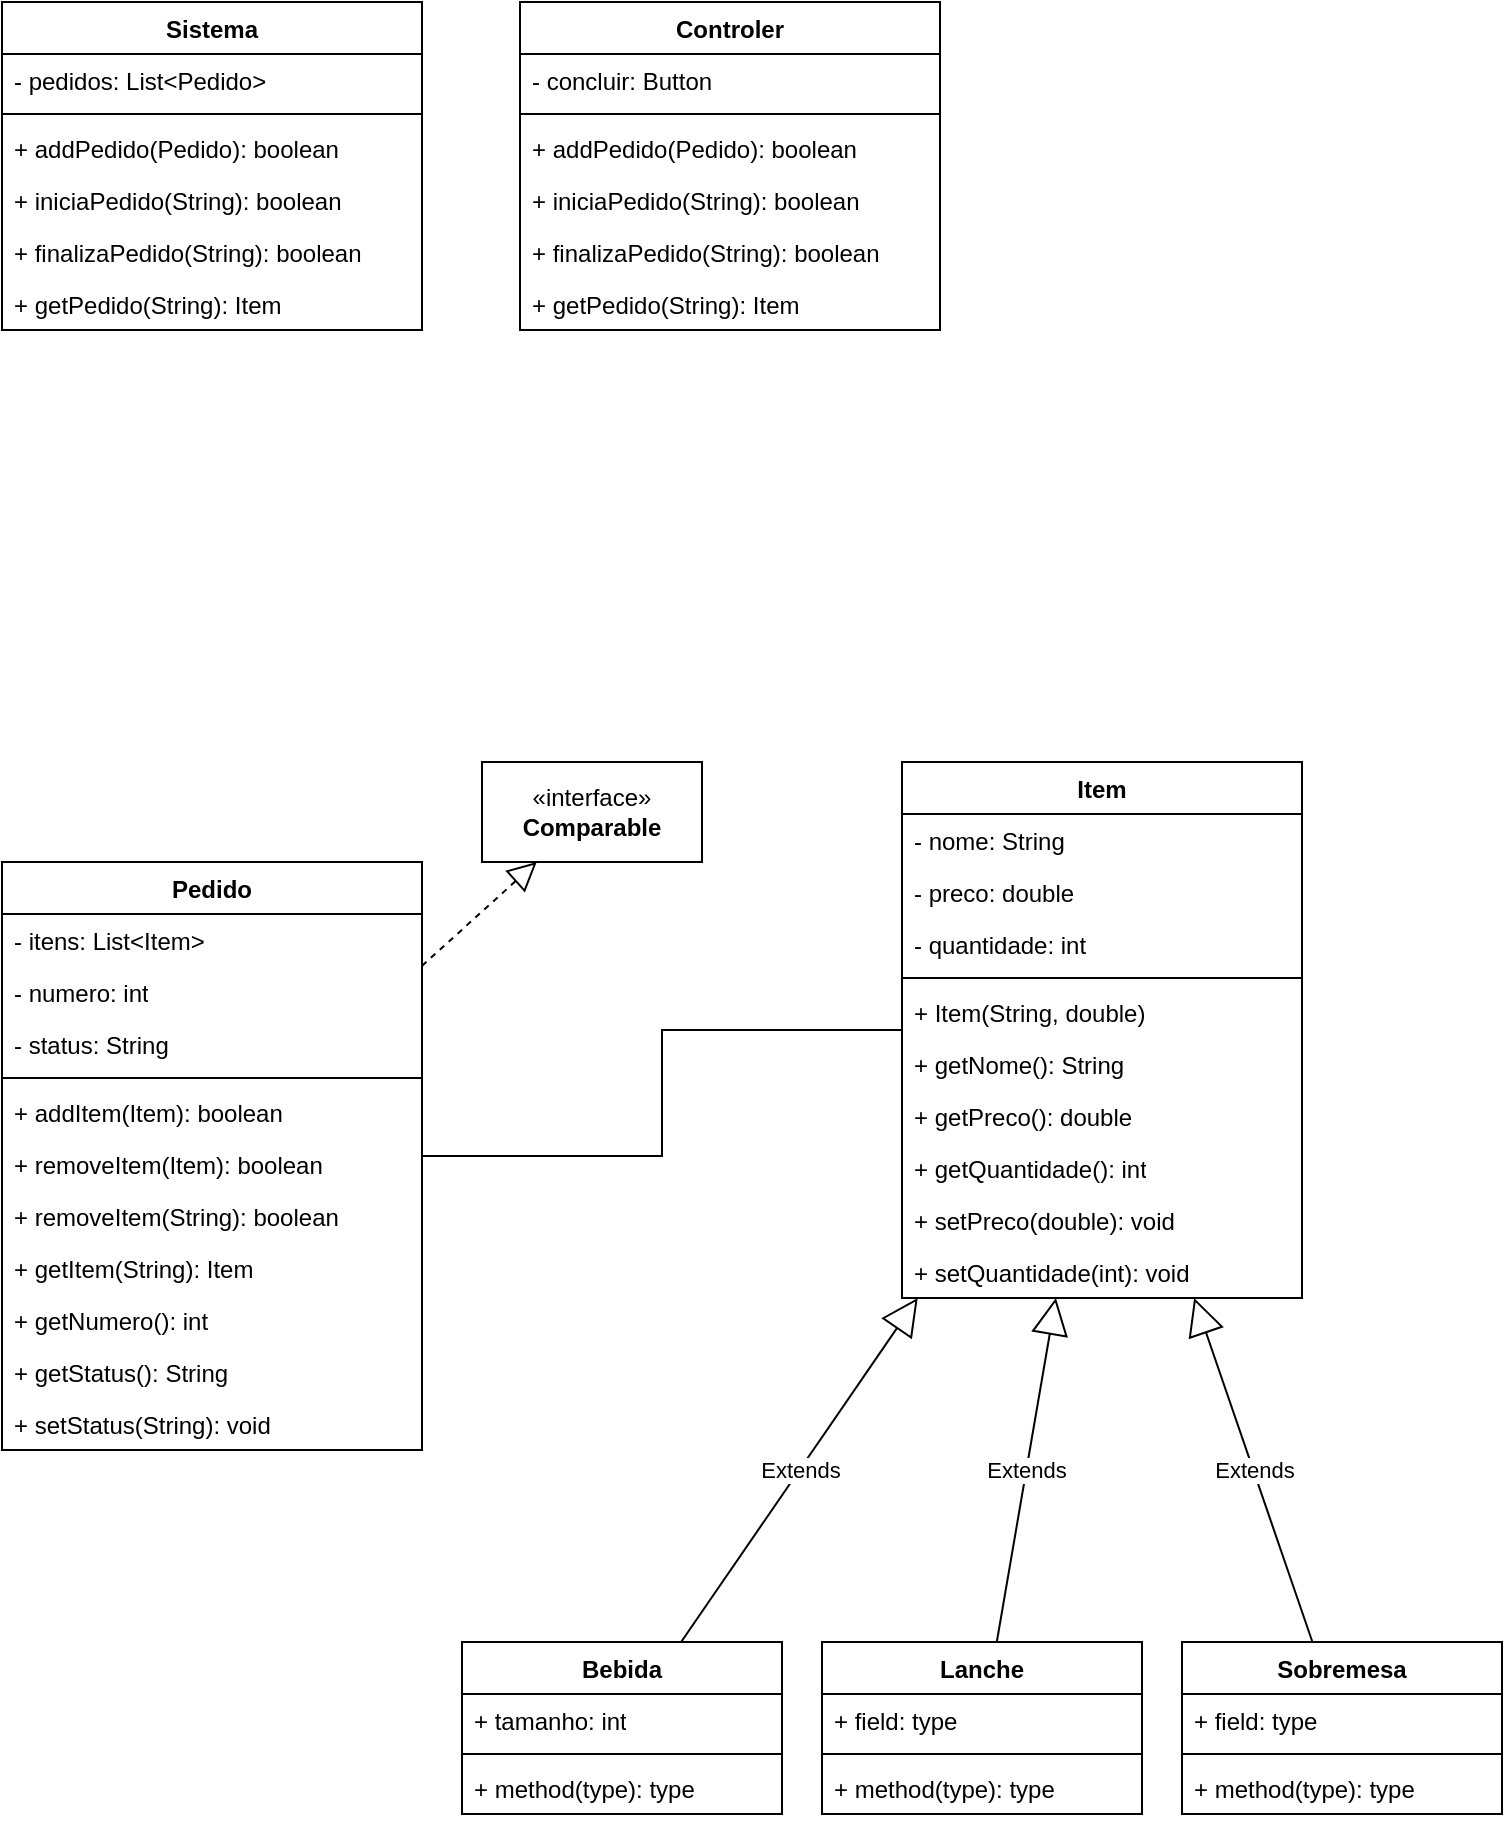
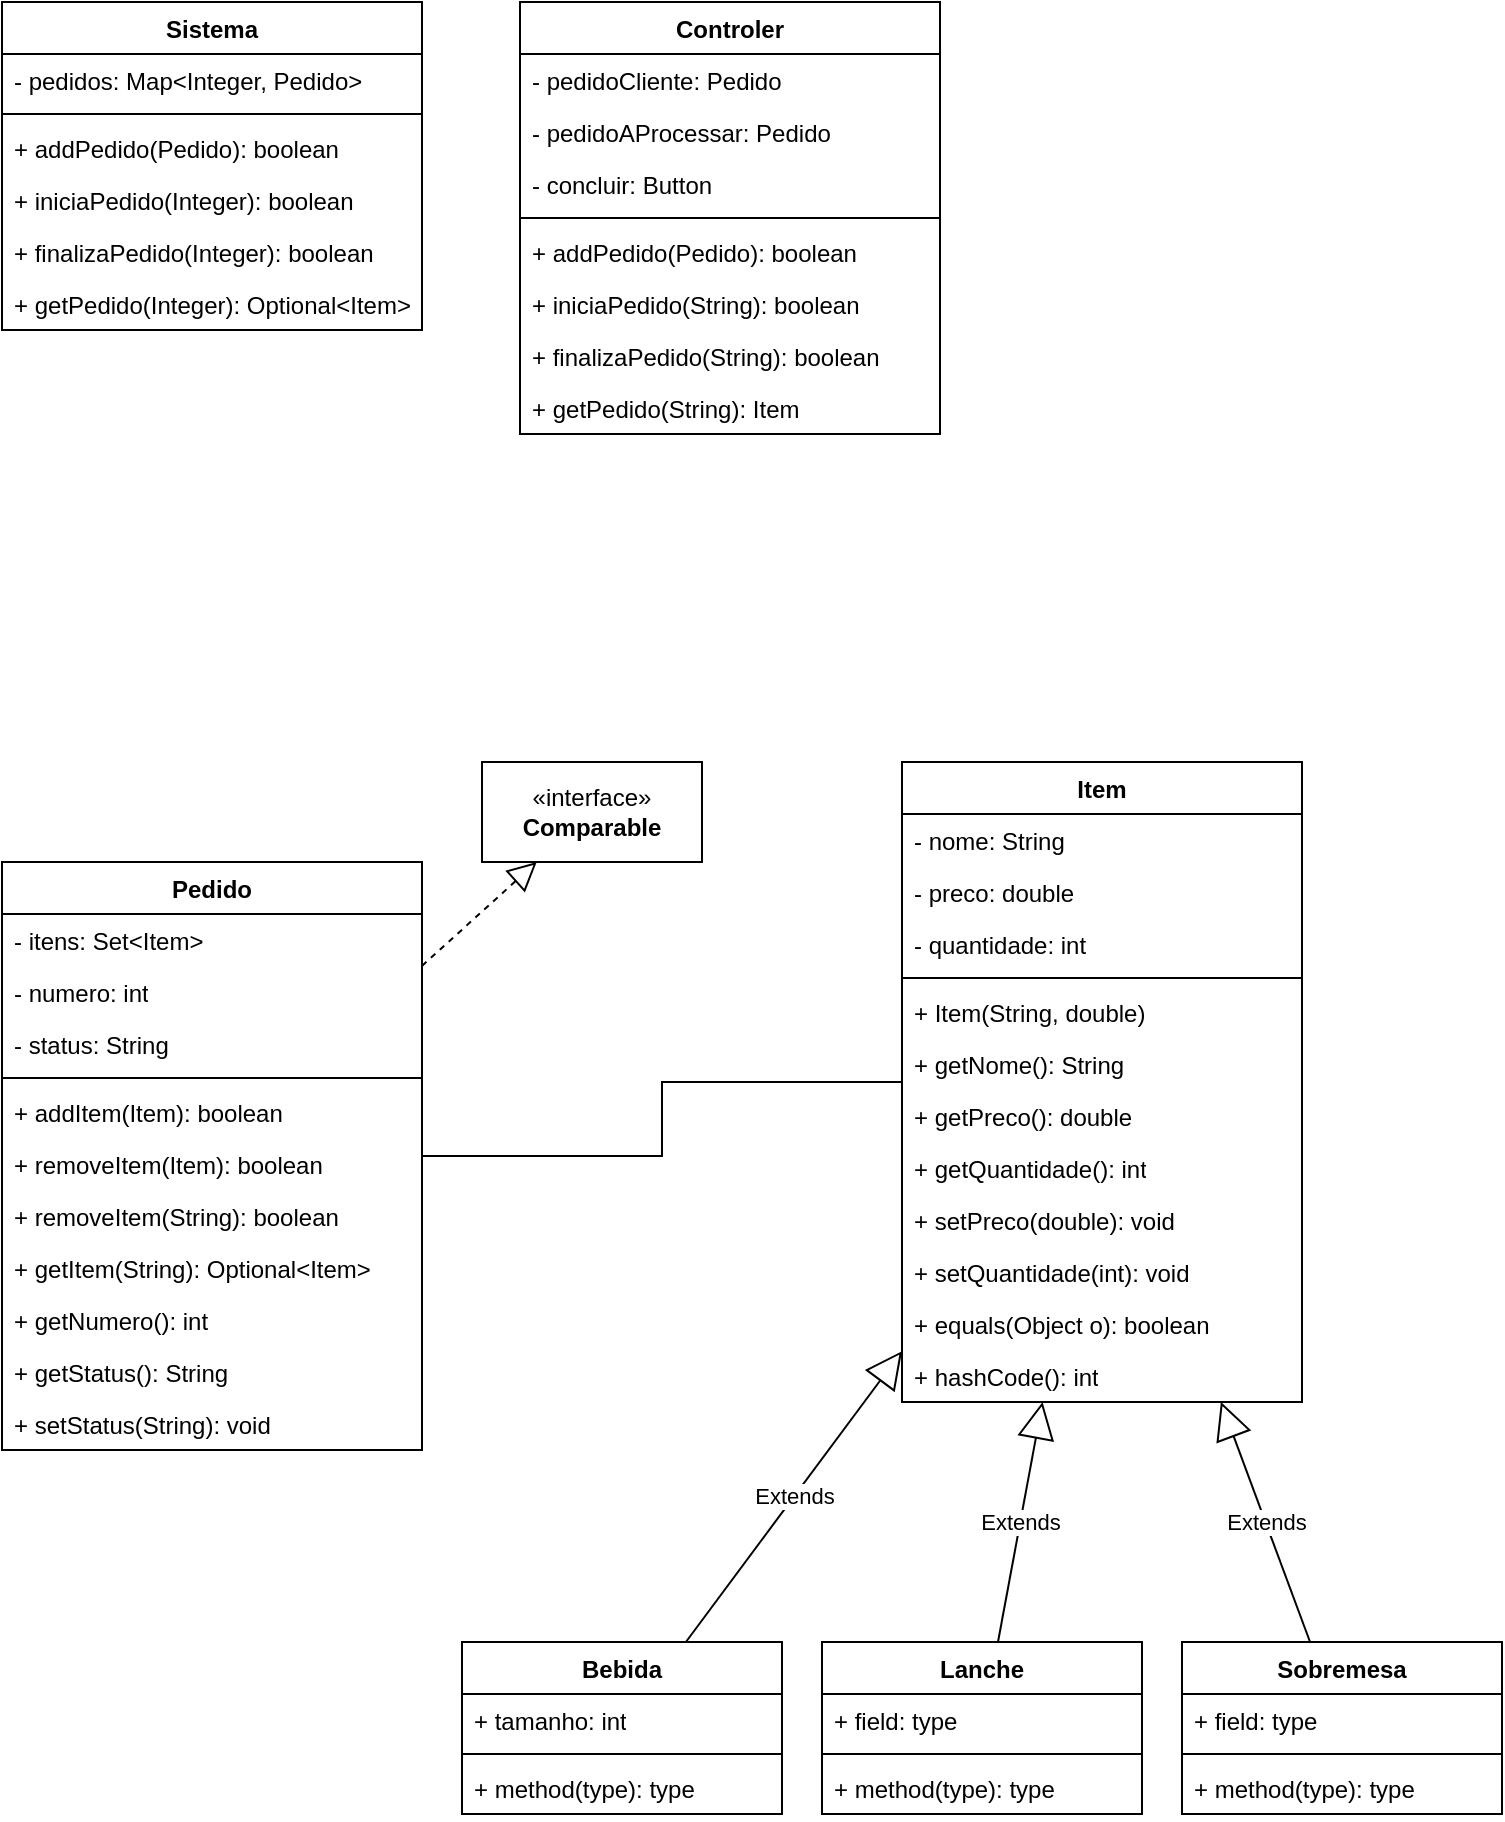
<mxfile host="app.diagrams.net">
  <diagram name="Página-1" id="jNs72yhXKcMqPKJzJHXG">
-     <mxGraphModel dx="1212" dy="1830" grid="1" gridSize="10" guides="1" tooltips="1" connect="1" arrows="1" fold="1" page="1" pageScale="1" pageWidth="827" pageHeight="1169" math="0" shadow="0">
+     <mxGraphModel dx="514" dy="1546" grid="1" gridSize="10" guides="1" tooltips="1" connect="1" arrows="1" fold="1" page="1" pageScale="1" pageWidth="827" pageHeight="1169" math="0" shadow="0">
      <root>
        <mxCell id="0" />
        <mxCell id="1" parent="0" />
        <mxCell id="DgY2wGzSjbsfSpBDB3IR-1" parent="1" style="swimlane;fontStyle=1;align=center;verticalAlign=top;childLayout=stackLayout;horizontal=1;startSize=26;horizontalStack=0;resizeParent=1;resizeParentMax=0;resizeLast=0;collapsible=1;marginBottom=0;whiteSpace=wrap;html=1;" value="Item" vertex="1">
-           <mxGeometry height="268" width="200" x="500" y="30" as="geometry" />
+           <mxGeometry height="320" width="200" x="500" y="30" as="geometry" />
        </mxCell>
        <mxCell id="DgY2wGzSjbsfSpBDB3IR-2" parent="DgY2wGzSjbsfSpBDB3IR-1" style="text;strokeColor=none;fillColor=none;align=left;verticalAlign=top;spacingLeft=4;spacingRight=4;overflow=hidden;rotatable=0;points=[[0,0.5],[1,0.5]];portConstraint=eastwest;whiteSpace=wrap;html=1;" value="- nome: String" vertex="1">
          <mxGeometry height="26" width="200" y="26" as="geometry" />
        </mxCell>
        <mxCell id="DgY2wGzSjbsfSpBDB3IR-3" parent="DgY2wGzSjbsfSpBDB3IR-1" style="text;strokeColor=none;fillColor=none;align=left;verticalAlign=top;spacingLeft=4;spacingRight=4;overflow=hidden;rotatable=0;points=[[0,0.5],[1,0.5]];portConstraint=eastwest;whiteSpace=wrap;html=1;" value="- preco: double" vertex="1">
          <mxGeometry height="26" width="200" y="52" as="geometry" />
        </mxCell>
        <mxCell id="DgY2wGzSjbsfSpBDB3IR-4" parent="DgY2wGzSjbsfSpBDB3IR-1" style="text;strokeColor=none;fillColor=none;align=left;verticalAlign=top;spacingLeft=4;spacingRight=4;overflow=hidden;rotatable=0;points=[[0,0.5],[1,0.5]];portConstraint=eastwest;whiteSpace=wrap;html=1;" value="- quantidade: int" vertex="1">
          <mxGeometry height="26" width="200" y="78" as="geometry" />
        </mxCell>
        <mxCell id="DgY2wGzSjbsfSpBDB3IR-5" parent="DgY2wGzSjbsfSpBDB3IR-1" style="line;strokeWidth=1;fillColor=none;align=left;verticalAlign=middle;spacingTop=-1;spacingLeft=3;spacingRight=3;rotatable=0;labelPosition=right;points=[];portConstraint=eastwest;strokeColor=inherit;" value="" vertex="1">
          <mxGeometry height="8" width="200" y="104" as="geometry" />
        </mxCell>
        <mxCell id="DgY2wGzSjbsfSpBDB3IR-6" parent="DgY2wGzSjbsfSpBDB3IR-1" style="text;strokeColor=none;fillColor=none;align=left;verticalAlign=top;spacingLeft=4;spacingRight=4;overflow=hidden;rotatable=0;points=[[0,0.5],[1,0.5]];portConstraint=eastwest;whiteSpace=wrap;html=1;" value="+ Item(String, double)" vertex="1">
          <mxGeometry height="26" width="200" y="112" as="geometry" />
        </mxCell>
        <mxCell id="DgY2wGzSjbsfSpBDB3IR-7" parent="DgY2wGzSjbsfSpBDB3IR-1" style="text;strokeColor=none;fillColor=none;align=left;verticalAlign=top;spacingLeft=4;spacingRight=4;overflow=hidden;rotatable=0;points=[[0,0.5],[1,0.5]];portConstraint=eastwest;whiteSpace=wrap;html=1;" value="+ getNome(): String" vertex="1">
          <mxGeometry height="26" width="200" y="138" as="geometry" />
        </mxCell>
        <mxCell id="DgY2wGzSjbsfSpBDB3IR-8" parent="DgY2wGzSjbsfSpBDB3IR-1" style="text;strokeColor=none;fillColor=none;align=left;verticalAlign=top;spacingLeft=4;spacingRight=4;overflow=hidden;rotatable=0;points=[[0,0.5],[1,0.5]];portConstraint=eastwest;whiteSpace=wrap;html=1;" value="+ getPreco(): double" vertex="1">
          <mxGeometry height="26" width="200" y="164" as="geometry" />
        </mxCell>
        <mxCell id="DgY2wGzSjbsfSpBDB3IR-9" parent="DgY2wGzSjbsfSpBDB3IR-1" style="text;strokeColor=none;fillColor=none;align=left;verticalAlign=top;spacingLeft=4;spacingRight=4;overflow=hidden;rotatable=0;points=[[0,0.5],[1,0.5]];portConstraint=eastwest;whiteSpace=wrap;html=1;" value="+ getQuantidade(): int" vertex="1">
          <mxGeometry height="26" width="200" y="190" as="geometry" />
        </mxCell>
        <mxCell id="DgY2wGzSjbsfSpBDB3IR-10" parent="DgY2wGzSjbsfSpBDB3IR-1" style="text;strokeColor=none;fillColor=none;align=left;verticalAlign=top;spacingLeft=4;spacingRight=4;overflow=hidden;rotatable=0;points=[[0,0.5],[1,0.5]];portConstraint=eastwest;whiteSpace=wrap;html=1;" value="+ setPreco(double): void" vertex="1">
          <mxGeometry height="26" width="200" y="216" as="geometry" />
        </mxCell>
        <mxCell id="DgY2wGzSjbsfSpBDB3IR-11" parent="DgY2wGzSjbsfSpBDB3IR-1" style="text;strokeColor=none;fillColor=none;align=left;verticalAlign=top;spacingLeft=4;spacingRight=4;overflow=hidden;rotatable=0;points=[[0,0.5],[1,0.5]];portConstraint=eastwest;whiteSpace=wrap;html=1;" value="+ setQuantidade(int): void" vertex="1">
          <mxGeometry height="26" width="200" y="242" as="geometry" />
        </mxCell>
+         <mxCell id="ATcZRH6RQa9mlI4sXbhE-3" parent="DgY2wGzSjbsfSpBDB3IR-1" style="text;strokeColor=none;fillColor=none;align=left;verticalAlign=top;spacingLeft=4;spacingRight=4;overflow=hidden;rotatable=0;points=[[0,0.5],[1,0.5]];portConstraint=eastwest;whiteSpace=wrap;html=1;" value="+ equals(Object o): boolean" vertex="1">
+           <mxGeometry height="26" width="200" y="268" as="geometry" />
+         </mxCell>
+         <mxCell id="ATcZRH6RQa9mlI4sXbhE-4" parent="DgY2wGzSjbsfSpBDB3IR-1" style="text;strokeColor=none;fillColor=none;align=left;verticalAlign=top;spacingLeft=4;spacingRight=4;overflow=hidden;rotatable=0;points=[[0,0.5],[1,0.5]];portConstraint=eastwest;whiteSpace=wrap;html=1;" value="+ hashCode(): int" vertex="1">
+           <mxGeometry height="26" width="200" y="294" as="geometry" />
+         </mxCell>
        <mxCell id="DgY2wGzSjbsfSpBDB3IR-12" parent="1" style="swimlane;fontStyle=1;align=center;verticalAlign=top;childLayout=stackLayout;horizontal=1;startSize=26;horizontalStack=0;resizeParent=1;resizeParentMax=0;resizeLast=0;collapsible=1;marginBottom=0;whiteSpace=wrap;html=1;" value="Pedido" vertex="1">
          <mxGeometry height="294" width="210" x="50" y="80" as="geometry" />
        </mxCell>
-         <mxCell id="DgY2wGzSjbsfSpBDB3IR-13" parent="DgY2wGzSjbsfSpBDB3IR-12" style="text;strokeColor=none;fillColor=none;align=left;verticalAlign=top;spacingLeft=4;spacingRight=4;overflow=hidden;rotatable=0;points=[[0,0.5],[1,0.5]];portConstraint=eastwest;whiteSpace=wrap;html=1;" value="- itens: List&amp;lt;Item&amp;gt;" vertex="1">
+         <mxCell id="DgY2wGzSjbsfSpBDB3IR-13" parent="DgY2wGzSjbsfSpBDB3IR-12" style="text;strokeColor=none;fillColor=none;align=left;verticalAlign=top;spacingLeft=4;spacingRight=4;overflow=hidden;rotatable=0;points=[[0,0.5],[1,0.5]];portConstraint=eastwest;whiteSpace=wrap;html=1;" value="- itens: Set&amp;lt;Item&amp;gt;" vertex="1">
          <mxGeometry height="26" width="210" y="26" as="geometry" />
        </mxCell>
        <mxCell id="DgY2wGzSjbsfSpBDB3IR-14" parent="DgY2wGzSjbsfSpBDB3IR-12" style="text;strokeColor=none;fillColor=none;align=left;verticalAlign=top;spacingLeft=4;spacingRight=4;overflow=hidden;rotatable=0;points=[[0,0.5],[1,0.5]];portConstraint=eastwest;whiteSpace=wrap;html=1;" value="- numero: int" vertex="1">
          <mxGeometry height="26" width="210" y="52" as="geometry" />
        </mxCell>
        <mxCell id="DgY2wGzSjbsfSpBDB3IR-15" parent="DgY2wGzSjbsfSpBDB3IR-12" style="text;strokeColor=none;fillColor=none;align=left;verticalAlign=top;spacingLeft=4;spacingRight=4;overflow=hidden;rotatable=0;points=[[0,0.5],[1,0.5]];portConstraint=eastwest;whiteSpace=wrap;html=1;" value="- status: String" vertex="1">
          <mxGeometry height="26" width="210" y="78" as="geometry" />
        </mxCell>
        <mxCell id="DgY2wGzSjbsfSpBDB3IR-16" parent="DgY2wGzSjbsfSpBDB3IR-12" style="line;strokeWidth=1;fillColor=none;align=left;verticalAlign=middle;spacingTop=-1;spacingLeft=3;spacingRight=3;rotatable=0;labelPosition=right;points=[];portConstraint=eastwest;strokeColor=inherit;" value="" vertex="1">
          <mxGeometry height="8" width="210" y="104" as="geometry" />
        </mxCell>
        <mxCell id="DgY2wGzSjbsfSpBDB3IR-17" parent="DgY2wGzSjbsfSpBDB3IR-12" style="text;strokeColor=none;fillColor=none;align=left;verticalAlign=top;spacingLeft=4;spacingRight=4;overflow=hidden;rotatable=0;points=[[0,0.5],[1,0.5]];portConstraint=eastwest;whiteSpace=wrap;html=1;" value="+ addItem(Item): boolean" vertex="1">
          <mxGeometry height="26" width="210" y="112" as="geometry" />
        </mxCell>
        <mxCell id="DgY2wGzSjbsfSpBDB3IR-18" parent="DgY2wGzSjbsfSpBDB3IR-12" style="text;strokeColor=none;fillColor=none;align=left;verticalAlign=top;spacingLeft=4;spacingRight=4;overflow=hidden;rotatable=0;points=[[0,0.5],[1,0.5]];portConstraint=eastwest;whiteSpace=wrap;html=1;" value="+ removeItem(Item): boolean" vertex="1">
          <mxGeometry height="26" width="210" y="138" as="geometry" />
        </mxCell>
        <mxCell id="DgY2wGzSjbsfSpBDB3IR-19" parent="DgY2wGzSjbsfSpBDB3IR-12" style="text;strokeColor=none;fillColor=none;align=left;verticalAlign=top;spacingLeft=4;spacingRight=4;overflow=hidden;rotatable=0;points=[[0,0.5],[1,0.5]];portConstraint=eastwest;whiteSpace=wrap;html=1;" value="+ removeItem(String): boolean" vertex="1">
          <mxGeometry height="26" width="210" y="164" as="geometry" />
        </mxCell>
-         <mxCell id="DgY2wGzSjbsfSpBDB3IR-20" parent="DgY2wGzSjbsfSpBDB3IR-12" style="text;strokeColor=none;fillColor=none;align=left;verticalAlign=top;spacingLeft=4;spacingRight=4;overflow=hidden;rotatable=0;points=[[0,0.5],[1,0.5]];portConstraint=eastwest;whiteSpace=wrap;html=1;" value="+ getItem(String): Item" vertex="1">
+         <mxCell id="DgY2wGzSjbsfSpBDB3IR-20" parent="DgY2wGzSjbsfSpBDB3IR-12" style="text;strokeColor=none;fillColor=none;align=left;verticalAlign=top;spacingLeft=4;spacingRight=4;overflow=hidden;rotatable=0;points=[[0,0.5],[1,0.5]];portConstraint=eastwest;whiteSpace=wrap;html=1;" value="+ getItem(String): Optional&amp;lt;Item&amp;gt;" vertex="1">
          <mxGeometry height="26" width="210" y="190" as="geometry" />
        </mxCell>
        <mxCell id="DgY2wGzSjbsfSpBDB3IR-21" parent="DgY2wGzSjbsfSpBDB3IR-12" style="text;strokeColor=none;fillColor=none;align=left;verticalAlign=top;spacingLeft=4;spacingRight=4;overflow=hidden;rotatable=0;points=[[0,0.5],[1,0.5]];portConstraint=eastwest;whiteSpace=wrap;html=1;" value="+ getNumero(): int" vertex="1">
          <mxGeometry height="26" width="210" y="216" as="geometry" />
        </mxCell>
        <mxCell id="DgY2wGzSjbsfSpBDB3IR-22" parent="DgY2wGzSjbsfSpBDB3IR-12" style="text;strokeColor=none;fillColor=none;align=left;verticalAlign=top;spacingLeft=4;spacingRight=4;overflow=hidden;rotatable=0;points=[[0,0.5],[1,0.5]];portConstraint=eastwest;whiteSpace=wrap;html=1;" value="+ getStatus(): String" vertex="1">
          <mxGeometry height="26" width="210" y="242" as="geometry" />
        </mxCell>
        <mxCell id="DgY2wGzSjbsfSpBDB3IR-23" parent="DgY2wGzSjbsfSpBDB3IR-12" style="text;strokeColor=none;fillColor=none;align=left;verticalAlign=top;spacingLeft=4;spacingRight=4;overflow=hidden;rotatable=0;points=[[0,0.5],[1,0.5]];portConstraint=eastwest;whiteSpace=wrap;html=1;" value="+ setStatus(String): void" vertex="1">
          <mxGeometry height="26" width="210" y="268" as="geometry" />
        </mxCell>
        <mxCell id="DgY2wGzSjbsfSpBDB3IR-24" edge="1" parent="1" source="DgY2wGzSjbsfSpBDB3IR-12" style="endArrow=none;html=1;edgeStyle=orthogonalEdgeStyle;rounded=0;" target="DgY2wGzSjbsfSpBDB3IR-1" value="">
          <mxGeometry relative="1" as="geometry">
            <mxPoint x="330" y="390" as="sourcePoint" />
            <mxPoint x="490" y="390" as="targetPoint" />
          </mxGeometry>
        </mxCell>
        <mxCell id="DgY2wGzSjbsfSpBDB3IR-25" parent="1" style="swimlane;fontStyle=1;align=center;verticalAlign=top;childLayout=stackLayout;horizontal=1;startSize=26;horizontalStack=0;resizeParent=1;resizeParentMax=0;resizeLast=0;collapsible=1;marginBottom=0;whiteSpace=wrap;html=1;" value="Bebida" vertex="1">
          <mxGeometry height="86" width="160" x="280" y="470" as="geometry" />
        </mxCell>
        <mxCell id="DgY2wGzSjbsfSpBDB3IR-26" parent="DgY2wGzSjbsfSpBDB3IR-25" style="text;strokeColor=none;fillColor=none;align=left;verticalAlign=top;spacingLeft=4;spacingRight=4;overflow=hidden;rotatable=0;points=[[0,0.5],[1,0.5]];portConstraint=eastwest;whiteSpace=wrap;html=1;" value="+ tamanho: int" vertex="1">
          <mxGeometry height="26" width="160" y="26" as="geometry" />
        </mxCell>
        <mxCell id="DgY2wGzSjbsfSpBDB3IR-27" parent="DgY2wGzSjbsfSpBDB3IR-25" style="line;strokeWidth=1;fillColor=none;align=left;verticalAlign=middle;spacingTop=-1;spacingLeft=3;spacingRight=3;rotatable=0;labelPosition=right;points=[];portConstraint=eastwest;strokeColor=inherit;" value="" vertex="1">
          <mxGeometry height="8" width="160" y="52" as="geometry" />
        </mxCell>
        <mxCell id="DgY2wGzSjbsfSpBDB3IR-28" parent="DgY2wGzSjbsfSpBDB3IR-25" style="text;strokeColor=none;fillColor=none;align=left;verticalAlign=top;spacingLeft=4;spacingRight=4;overflow=hidden;rotatable=0;points=[[0,0.5],[1,0.5]];portConstraint=eastwest;whiteSpace=wrap;html=1;" value="+ method(type): type" vertex="1">
          <mxGeometry height="26" width="160" y="60" as="geometry" />
        </mxCell>
        <mxCell id="DgY2wGzSjbsfSpBDB3IR-29" parent="1" style="swimlane;fontStyle=1;align=center;verticalAlign=top;childLayout=stackLayout;horizontal=1;startSize=26;horizontalStack=0;resizeParent=1;resizeParentMax=0;resizeLast=0;collapsible=1;marginBottom=0;whiteSpace=wrap;html=1;" value="Lanche" vertex="1">
          <mxGeometry height="86" width="160" x="460" y="470" as="geometry" />
        </mxCell>
        <mxCell id="DgY2wGzSjbsfSpBDB3IR-30" parent="DgY2wGzSjbsfSpBDB3IR-29" style="text;strokeColor=none;fillColor=none;align=left;verticalAlign=top;spacingLeft=4;spacingRight=4;overflow=hidden;rotatable=0;points=[[0,0.5],[1,0.5]];portConstraint=eastwest;whiteSpace=wrap;html=1;" value="+ field: type" vertex="1">
          <mxGeometry height="26" width="160" y="26" as="geometry" />
        </mxCell>
        <mxCell id="DgY2wGzSjbsfSpBDB3IR-31" parent="DgY2wGzSjbsfSpBDB3IR-29" style="line;strokeWidth=1;fillColor=none;align=left;verticalAlign=middle;spacingTop=-1;spacingLeft=3;spacingRight=3;rotatable=0;labelPosition=right;points=[];portConstraint=eastwest;strokeColor=inherit;" value="" vertex="1">
          <mxGeometry height="8" width="160" y="52" as="geometry" />
        </mxCell>
        <mxCell id="DgY2wGzSjbsfSpBDB3IR-32" parent="DgY2wGzSjbsfSpBDB3IR-29" style="text;strokeColor=none;fillColor=none;align=left;verticalAlign=top;spacingLeft=4;spacingRight=4;overflow=hidden;rotatable=0;points=[[0,0.5],[1,0.5]];portConstraint=eastwest;whiteSpace=wrap;html=1;" value="+ method(type): type" vertex="1">
          <mxGeometry height="26" width="160" y="60" as="geometry" />
        </mxCell>
        <mxCell id="DgY2wGzSjbsfSpBDB3IR-33" parent="1" style="swimlane;fontStyle=1;align=center;verticalAlign=top;childLayout=stackLayout;horizontal=1;startSize=26;horizontalStack=0;resizeParent=1;resizeParentMax=0;resizeLast=0;collapsible=1;marginBottom=0;whiteSpace=wrap;html=1;" value="Sobremesa" vertex="1">
          <mxGeometry height="86" width="160" x="640" y="470" as="geometry" />
        </mxCell>
        <mxCell id="DgY2wGzSjbsfSpBDB3IR-34" parent="DgY2wGzSjbsfSpBDB3IR-33" style="text;strokeColor=none;fillColor=none;align=left;verticalAlign=top;spacingLeft=4;spacingRight=4;overflow=hidden;rotatable=0;points=[[0,0.5],[1,0.5]];portConstraint=eastwest;whiteSpace=wrap;html=1;" value="+ field: type" vertex="1">
          <mxGeometry height="26" width="160" y="26" as="geometry" />
        </mxCell>
        <mxCell id="DgY2wGzSjbsfSpBDB3IR-35" parent="DgY2wGzSjbsfSpBDB3IR-33" style="line;strokeWidth=1;fillColor=none;align=left;verticalAlign=middle;spacingTop=-1;spacingLeft=3;spacingRight=3;rotatable=0;labelPosition=right;points=[];portConstraint=eastwest;strokeColor=inherit;" value="" vertex="1">
          <mxGeometry height="8" width="160" y="52" as="geometry" />
        </mxCell>
        <mxCell id="DgY2wGzSjbsfSpBDB3IR-36" parent="DgY2wGzSjbsfSpBDB3IR-33" style="text;strokeColor=none;fillColor=none;align=left;verticalAlign=top;spacingLeft=4;spacingRight=4;overflow=hidden;rotatable=0;points=[[0,0.5],[1,0.5]];portConstraint=eastwest;whiteSpace=wrap;html=1;" value="+ method(type): type" vertex="1">
          <mxGeometry height="26" width="160" y="60" as="geometry" />
        </mxCell>
        <mxCell id="DgY2wGzSjbsfSpBDB3IR-37" edge="1" parent="1" source="DgY2wGzSjbsfSpBDB3IR-25" style="endArrow=block;endSize=16;endFill=0;html=1;rounded=0;" target="DgY2wGzSjbsfSpBDB3IR-1" value="Extends">
          <mxGeometry relative="1" width="160" as="geometry">
            <mxPoint x="330" y="390" as="sourcePoint" />
            <mxPoint x="490" y="390" as="targetPoint" />
          </mxGeometry>
        </mxCell>
        <mxCell id="DgY2wGzSjbsfSpBDB3IR-38" edge="1" parent="1" source="DgY2wGzSjbsfSpBDB3IR-29" style="endArrow=block;endSize=16;endFill=0;html=1;rounded=0;" target="DgY2wGzSjbsfSpBDB3IR-1" value="Extends">
          <mxGeometry relative="1" width="160" as="geometry">
            <mxPoint x="360" y="351" as="sourcePoint" />
            <mxPoint x="438" y="270" as="targetPoint" />
          </mxGeometry>
        </mxCell>
        <mxCell id="DgY2wGzSjbsfSpBDB3IR-39" edge="1" parent="1" source="DgY2wGzSjbsfSpBDB3IR-33" style="endArrow=block;endSize=16;endFill=0;html=1;rounded=0;" target="DgY2wGzSjbsfSpBDB3IR-1" value="Extends">
          <mxGeometry relative="1" width="160" as="geometry">
            <mxPoint x="420" y="381" as="sourcePoint" />
            <mxPoint x="498" y="300" as="targetPoint" />
          </mxGeometry>
        </mxCell>
        <mxCell id="DgY2wGzSjbsfSpBDB3IR-40" parent="1" style="html=1;whiteSpace=wrap;" value="«interface»&lt;br&gt;&lt;b&gt;Comparable&lt;/b&gt;" vertex="1">
          <mxGeometry height="50" width="110" x="290" y="30" as="geometry" />
        </mxCell>
        <mxCell id="DgY2wGzSjbsfSpBDB3IR-41" edge="1" parent="1" source="DgY2wGzSjbsfSpBDB3IR-12" style="endArrow=block;dashed=1;endFill=0;endSize=12;html=1;rounded=0;" target="DgY2wGzSjbsfSpBDB3IR-40" value="">
          <mxGeometry relative="1" width="160" as="geometry">
            <mxPoint x="380" y="310" as="sourcePoint" />
            <mxPoint x="540" y="310" as="targetPoint" />
          </mxGeometry>
        </mxCell>
        <mxCell id="DgY2wGzSjbsfSpBDB3IR-42" parent="1" style="swimlane;fontStyle=1;align=center;verticalAlign=top;childLayout=stackLayout;horizontal=1;startSize=26;horizontalStack=0;resizeParent=1;resizeParentMax=0;resizeLast=0;collapsible=1;marginBottom=0;whiteSpace=wrap;html=1;" value="Sistema" vertex="1">
          <mxGeometry height="164" width="210" x="50" y="-350" as="geometry" />
        </mxCell>
-         <mxCell id="DgY2wGzSjbsfSpBDB3IR-43" parent="DgY2wGzSjbsfSpBDB3IR-42" style="text;strokeColor=none;fillColor=none;align=left;verticalAlign=top;spacingLeft=4;spacingRight=4;overflow=hidden;rotatable=0;points=[[0,0.5],[1,0.5]];portConstraint=eastwest;whiteSpace=wrap;html=1;" value="- pedidos: List&amp;lt;Pedido&amp;gt;" vertex="1">
+         <mxCell id="DgY2wGzSjbsfSpBDB3IR-43" parent="DgY2wGzSjbsfSpBDB3IR-42" style="text;strokeColor=none;fillColor=none;align=left;verticalAlign=top;spacingLeft=4;spacingRight=4;overflow=hidden;rotatable=0;points=[[0,0.5],[1,0.5]];portConstraint=eastwest;whiteSpace=wrap;html=1;" value="- pedidos: Map&amp;lt;Integer, Pedido&amp;gt;" vertex="1">
          <mxGeometry height="26" width="210" y="26" as="geometry" />
        </mxCell>
        <mxCell id="DgY2wGzSjbsfSpBDB3IR-46" parent="DgY2wGzSjbsfSpBDB3IR-42" style="line;strokeWidth=1;fillColor=none;align=left;verticalAlign=middle;spacingTop=-1;spacingLeft=3;spacingRight=3;rotatable=0;labelPosition=right;points=[];portConstraint=eastwest;strokeColor=inherit;" value="" vertex="1">
          <mxGeometry height="8" width="210" y="52" as="geometry" />
        </mxCell>
        <mxCell id="DgY2wGzSjbsfSpBDB3IR-47" parent="DgY2wGzSjbsfSpBDB3IR-42" style="text;strokeColor=none;fillColor=none;align=left;verticalAlign=top;spacingLeft=4;spacingRight=4;overflow=hidden;rotatable=0;points=[[0,0.5],[1,0.5]];portConstraint=eastwest;whiteSpace=wrap;html=1;" value="+ addPedido(Pedido): boolean" vertex="1">
          <mxGeometry height="26" width="210" y="60" as="geometry" />
        </mxCell>
-         <mxCell id="DgY2wGzSjbsfSpBDB3IR-49" parent="DgY2wGzSjbsfSpBDB3IR-42" style="text;strokeColor=none;fillColor=none;align=left;verticalAlign=top;spacingLeft=4;spacingRight=4;overflow=hidden;rotatable=0;points=[[0,0.5],[1,0.5]];portConstraint=eastwest;whiteSpace=wrap;html=1;" value="+ iniciaPedido(String): boolean" vertex="1">
+         <mxCell id="DgY2wGzSjbsfSpBDB3IR-49" parent="DgY2wGzSjbsfSpBDB3IR-42" style="text;strokeColor=none;fillColor=none;align=left;verticalAlign=top;spacingLeft=4;spacingRight=4;overflow=hidden;rotatable=0;points=[[0,0.5],[1,0.5]];portConstraint=eastwest;whiteSpace=wrap;html=1;" value="+ iniciaPedido(Integer): boolean" vertex="1">
          <mxGeometry height="26" width="210" y="86" as="geometry" />
        </mxCell>
-         <mxCell id="DgY2wGzSjbsfSpBDB3IR-54" parent="DgY2wGzSjbsfSpBDB3IR-42" style="text;strokeColor=none;fillColor=none;align=left;verticalAlign=top;spacingLeft=4;spacingRight=4;overflow=hidden;rotatable=0;points=[[0,0.5],[1,0.5]];portConstraint=eastwest;whiteSpace=wrap;html=1;" value="+ finalizaPedido(String): boolean" vertex="1">
+         <mxCell id="DgY2wGzSjbsfSpBDB3IR-54" parent="DgY2wGzSjbsfSpBDB3IR-42" style="text;strokeColor=none;fillColor=none;align=left;verticalAlign=top;spacingLeft=4;spacingRight=4;overflow=hidden;rotatable=0;points=[[0,0.5],[1,0.5]];portConstraint=eastwest;whiteSpace=wrap;html=1;" value="+ finalizaPedido(Integer): boolean" vertex="1">
          <mxGeometry height="26" width="210" y="112" as="geometry" />
        </mxCell>
-         <mxCell id="DgY2wGzSjbsfSpBDB3IR-50" parent="DgY2wGzSjbsfSpBDB3IR-42" style="text;strokeColor=none;fillColor=none;align=left;verticalAlign=top;spacingLeft=4;spacingRight=4;overflow=hidden;rotatable=0;points=[[0,0.5],[1,0.5]];portConstraint=eastwest;whiteSpace=wrap;html=1;" value="+ getPedido(String): Item" vertex="1">
+         <mxCell id="DgY2wGzSjbsfSpBDB3IR-50" parent="DgY2wGzSjbsfSpBDB3IR-42" style="text;strokeColor=none;fillColor=none;align=left;verticalAlign=top;spacingLeft=4;spacingRight=4;overflow=hidden;rotatable=0;points=[[0,0.5],[1,0.5]];portConstraint=eastwest;whiteSpace=wrap;html=1;" value="+ getPedido(Integer): Optional&amp;lt;Item&amp;gt;" vertex="1">
          <mxGeometry height="26" width="210" y="138" as="geometry" />
        </mxCell>
        <mxCell id="DgY2wGzSjbsfSpBDB3IR-55" parent="1" style="swimlane;fontStyle=1;align=center;verticalAlign=top;childLayout=stackLayout;horizontal=1;startSize=26;horizontalStack=0;resizeParent=1;resizeParentMax=0;resizeLast=0;collapsible=1;marginBottom=0;whiteSpace=wrap;html=1;" value="Controler" vertex="1">
-           <mxGeometry height="164" width="210" x="309" y="-350" as="geometry" />
+           <mxGeometry height="216" width="210" x="309" y="-350" as="geometry" />
+         </mxCell>
+         <mxCell id="ATcZRH6RQa9mlI4sXbhE-1" parent="DgY2wGzSjbsfSpBDB3IR-55" style="text;strokeColor=none;fillColor=none;align=left;verticalAlign=top;spacingLeft=4;spacingRight=4;overflow=hidden;rotatable=0;points=[[0,0.5],[1,0.5]];portConstraint=eastwest;whiteSpace=wrap;html=1;" value="- pedidoCliente: Pedido" vertex="1">
+           <mxGeometry height="26" width="210" y="26" as="geometry" />
+         </mxCell>
+         <mxCell id="ATcZRH6RQa9mlI4sXbhE-2" parent="DgY2wGzSjbsfSpBDB3IR-55" style="text;strokeColor=none;fillColor=none;align=left;verticalAlign=top;spacingLeft=4;spacingRight=4;overflow=hidden;rotatable=0;points=[[0,0.5],[1,0.5]];portConstraint=eastwest;whiteSpace=wrap;html=1;" value="- pedidoAProcessar: Pedido" vertex="1">
+           <mxGeometry height="26" width="210" y="52" as="geometry" />
        </mxCell>
        <mxCell id="DgY2wGzSjbsfSpBDB3IR-56" parent="DgY2wGzSjbsfSpBDB3IR-55" style="text;strokeColor=none;fillColor=none;align=left;verticalAlign=top;spacingLeft=4;spacingRight=4;overflow=hidden;rotatable=0;points=[[0,0.5],[1,0.5]];portConstraint=eastwest;whiteSpace=wrap;html=1;" value="- concluir: Button" vertex="1">
-           <mxGeometry height="26" width="210" y="26" as="geometry" />
+           <mxGeometry height="26" width="210" y="78" as="geometry" />
        </mxCell>
        <mxCell id="DgY2wGzSjbsfSpBDB3IR-57" parent="DgY2wGzSjbsfSpBDB3IR-55" style="line;strokeWidth=1;fillColor=none;align=left;verticalAlign=middle;spacingTop=-1;spacingLeft=3;spacingRight=3;rotatable=0;labelPosition=right;points=[];portConstraint=eastwest;strokeColor=inherit;" value="" vertex="1">
-           <mxGeometry height="8" width="210" y="52" as="geometry" />
+           <mxGeometry height="8" width="210" y="104" as="geometry" />
        </mxCell>
        <mxCell id="DgY2wGzSjbsfSpBDB3IR-58" parent="DgY2wGzSjbsfSpBDB3IR-55" style="text;strokeColor=none;fillColor=none;align=left;verticalAlign=top;spacingLeft=4;spacingRight=4;overflow=hidden;rotatable=0;points=[[0,0.5],[1,0.5]];portConstraint=eastwest;whiteSpace=wrap;html=1;" value="+ addPedido(Pedido): boolean" vertex="1">
-           <mxGeometry height="26" width="210" y="60" as="geometry" />
+           <mxGeometry height="26" width="210" y="112" as="geometry" />
        </mxCell>
        <mxCell id="DgY2wGzSjbsfSpBDB3IR-59" parent="DgY2wGzSjbsfSpBDB3IR-55" style="text;strokeColor=none;fillColor=none;align=left;verticalAlign=top;spacingLeft=4;spacingRight=4;overflow=hidden;rotatable=0;points=[[0,0.5],[1,0.5]];portConstraint=eastwest;whiteSpace=wrap;html=1;" value="+ iniciaPedido(String): boolean" vertex="1">
-           <mxGeometry height="26" width="210" y="86" as="geometry" />
+           <mxGeometry height="26" width="210" y="138" as="geometry" />
        </mxCell>
        <mxCell id="DgY2wGzSjbsfSpBDB3IR-60" parent="DgY2wGzSjbsfSpBDB3IR-55" style="text;strokeColor=none;fillColor=none;align=left;verticalAlign=top;spacingLeft=4;spacingRight=4;overflow=hidden;rotatable=0;points=[[0,0.5],[1,0.5]];portConstraint=eastwest;whiteSpace=wrap;html=1;" value="+ finalizaPedido(String): boolean" vertex="1">
-           <mxGeometry height="26" width="210" y="112" as="geometry" />
+           <mxGeometry height="26" width="210" y="164" as="geometry" />
        </mxCell>
        <mxCell id="DgY2wGzSjbsfSpBDB3IR-61" parent="DgY2wGzSjbsfSpBDB3IR-55" style="text;strokeColor=none;fillColor=none;align=left;verticalAlign=top;spacingLeft=4;spacingRight=4;overflow=hidden;rotatable=0;points=[[0,0.5],[1,0.5]];portConstraint=eastwest;whiteSpace=wrap;html=1;" value="+ getPedido(String): Item" vertex="1">
-           <mxGeometry height="26" width="210" y="138" as="geometry" />
+           <mxGeometry height="26" width="210" y="190" as="geometry" />
        </mxCell>
      </root>
    </mxGraphModel>
  </diagram>
</mxfile>
